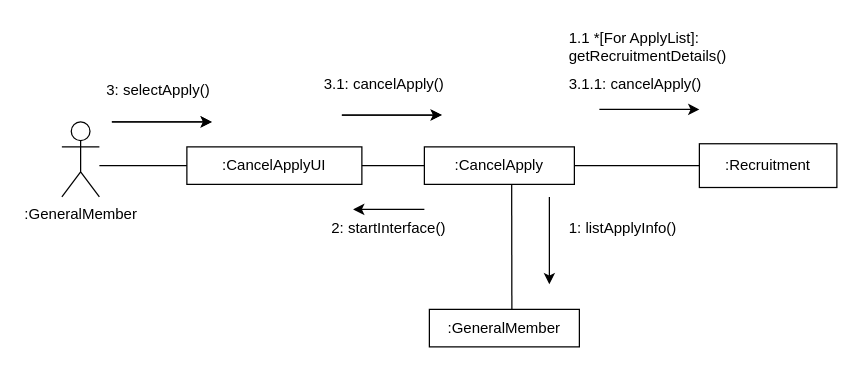
Earlier version of the draw.io diagram B811190_진선명/지원취소.drawio (FinancialWorld16/SE_TEAM). Source tidied: cells renumbered, new cells numbered last; positions are measured from the earlier drawing's top-left corner, leaving out a move shared by most shapes. Both pictures are drawn from the tidied source at 125%, with x=0, y=0 at pixel (61, 21).
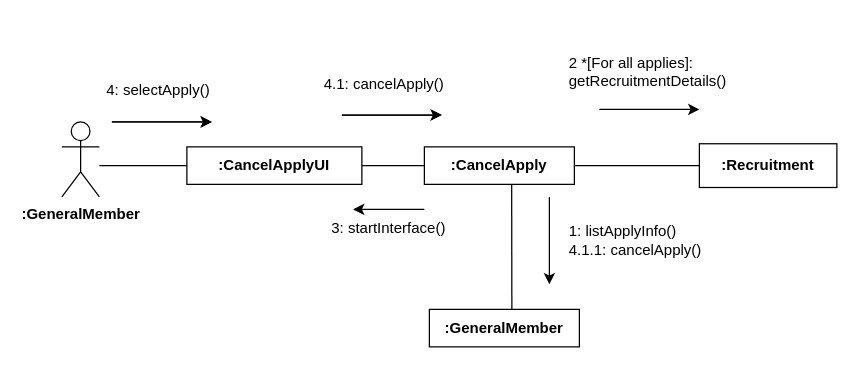
The same diagram, later.

The edit, as a diff of the source:
```diff
@@
-    <mxCell id="2" value="3: selectApply()" style="text;strokeColor=none;fillColor=none;align=left;verticalAlign=middle;spacingLeft=4;spacingRight=4;overflow=hidden;whiteSpace=wrap;html=1;" parent="1" vertex="1">
+    <mxCell id="2" value="4: selectApply()" style="text;strokeColor=none;fillColor=none;align=left;verticalAlign=middle;spacingLeft=4;spacingRight=4;overflow=hidden;whiteSpace=wrap;html=1;" parent="1" vertex="1">
       <mxGeometry x="30" y="40" width="100" height="30" as="geometry" />
     </mxCell>
@@
-    <mxCell id="4" value="3.1: cancelApply()" style="text;strokeColor=none;fillColor=none;align=left;verticalAlign=middle;spacingLeft=4;spacingRight=4;overflow=hidden;whiteSpace=wrap;html=1;" parent="1" vertex="1">
+    <mxCell id="4" value="4.1: cancelApply()" style="text;strokeColor=none;fillColor=none;align=left;verticalAlign=middle;spacingLeft=4;spacingRight=4;overflow=hidden;whiteSpace=wrap;html=1;" parent="1" vertex="1">
       <mxGeometry x="204" y="34.5" width="140" height="30" as="geometry" />
     </mxCell>
@@
-    <mxCell id="6" value="3.1.1: cancelApply()" style="text;strokeColor=none;fillColor=none;align=left;verticalAlign=middle;spacingLeft=4;spacingRight=4;overflow=hidden;whiteSpace=wrap;html=1;" parent="1" vertex="1">
-      <mxGeometry x="400" y="34.5" width="140" height="30" as="geometry" />
-    </mxCell>
@@
-    <mxCell id="9" value=":GeneralMember" style="shape=umlActor;verticalLabelPosition=bottom;verticalAlign=top;html=1;" parent="1" vertex="1">
+    <mxCell id="9" value=":GeneralMember" style="shape=umlActor;verticalLabelPosition=bottom;verticalAlign=top;html=1;fontStyle=1;" parent="1" vertex="1">
       <mxGeometry y="80" width="30" height="60" as="geometry" />
     </mxCell>
-    <mxCell id="10" value=":CancelApplyUI" style="rounded=0;whiteSpace=wrap;html=1;" parent="1" vertex="1">
+    <mxCell id="10" value=":CancelApplyUI" style="rounded=0;whiteSpace=wrap;html=1;fontStyle=1;" parent="1" vertex="1">
       <mxGeometry x="100" y="100" width="140" height="30" as="geometry" />
     </mxCell>
-    <mxCell id="11" value=":CancelApply" style="rounded=0;whiteSpace=wrap;html=1;" parent="1" vertex="1">
+    <mxCell id="11" value=":CancelApply" style="rounded=0;whiteSpace=wrap;html=1;fontStyle=1;" parent="1" vertex="1">
       <mxGeometry x="290" y="100" width="120" height="30" as="geometry" />
     </mxCell>
@@
-    <mxCell id="15" value="2: startInterface()" style="text;strokeColor=none;fillColor=none;align=left;verticalAlign=middle;spacingLeft=4;spacingRight=4;overflow=hidden;whiteSpace=wrap;html=1;" parent="1" vertex="1">
+    <mxCell id="15" value="3: startInterface()" style="text;strokeColor=none;fillColor=none;align=left;verticalAlign=middle;spacingLeft=4;spacingRight=4;overflow=hidden;whiteSpace=wrap;html=1;" parent="1" vertex="1">
       <mxGeometry x="210" y="150" width="110" height="30" as="geometry" />
     </mxCell>
-    <mxCell id="16" value=":GeneralMember" style="rounded=0;whiteSpace=wrap;html=1;" parent="1" vertex="1">
+    <mxCell id="16" value=":GeneralMember" style="rounded=0;whiteSpace=wrap;html=1;fontStyle=1;" parent="1" vertex="1">
       <mxGeometry x="294" y="230" width="120" height="30" as="geometry" />
     </mxCell>
-    <mxCell id="17" value="1.1 *[For ApplyList]: getRecruitmentDetails()" style="text;strokeColor=none;fillColor=none;align=left;verticalAlign=middle;spacingLeft=4;spacingRight=4;overflow=hidden;whiteSpace=wrap;html=1;" parent="1" vertex="1">
-      <mxGeometry x="400" width="170" height="40" as="geometry" />
+    <mxCell id="17" value="2 *[For all applies]: getRecruitmentDetails()" style="text;strokeColor=none;fillColor=none;align=left;verticalAlign=middle;spacingLeft=4;spacingRight=4;overflow=hidden;whiteSpace=wrap;html=1;" parent="1" vertex="1">
+      <mxGeometry x="400" y="20" width="170" height="40" as="geometry" />
     </mxCell>
@@
-    <mxCell id="21" value="1: listApplyInfo()" style="text;strokeColor=none;fillColor=none;align=left;verticalAlign=middle;spacingLeft=4;spacingRight=4;overflow=hidden;whiteSpace=wrap;html=1;" parent="1" vertex="1">
-      <mxGeometry x="400" y="150" width="100" height="30" as="geometry" />
+    <mxCell id="21" value="1: listApplyInfo()&lt;br&gt;4.1.1: cancelApply()" style="text;strokeColor=none;fillColor=none;align=left;verticalAlign=middle;spacingLeft=4;spacingRight=4;overflow=hidden;whiteSpace=wrap;html=1;" parent="1" vertex="1">
+      <mxGeometry x="400" y="150" width="130" height="50" as="geometry" />
     </mxCell>
-    <mxCell id="22" value=":Recruitment" style="rounded=0;whiteSpace=wrap;html=1;" parent="1" vertex="1">
+    <mxCell id="22" value=":Recruitment" style="rounded=0;whiteSpace=wrap;html=1;fontStyle=1;" parent="1" vertex="1">
       <mxGeometry x="510" y="97.5" width="110" height="35" as="geometry" />
     </mxCell>
```
